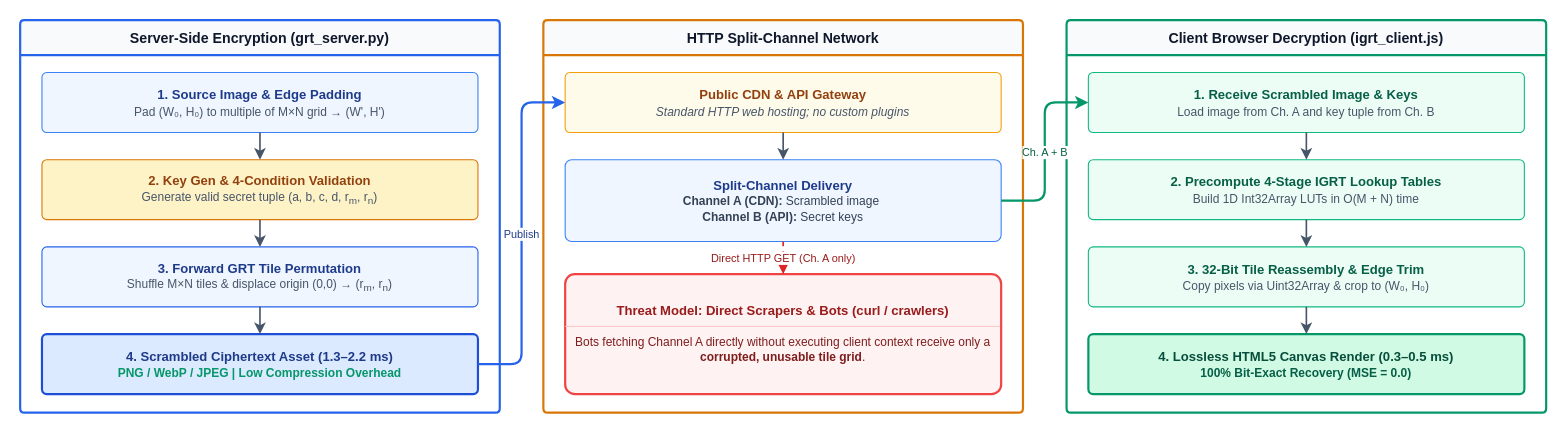
This is docs/diagrams/system_architecture/system_architecture_compacted.drawio from Conca979/cryptography, a draw.io file, before an edit. Source tidied: cells renumbered, new cells numbered last; positions are measured from the earlier drawing's top-left corner, leaving out a move shared by most shapes. Both pictures are drawn from the tidied source at 109%, with x=0, y=0 at pixel (20, 20).
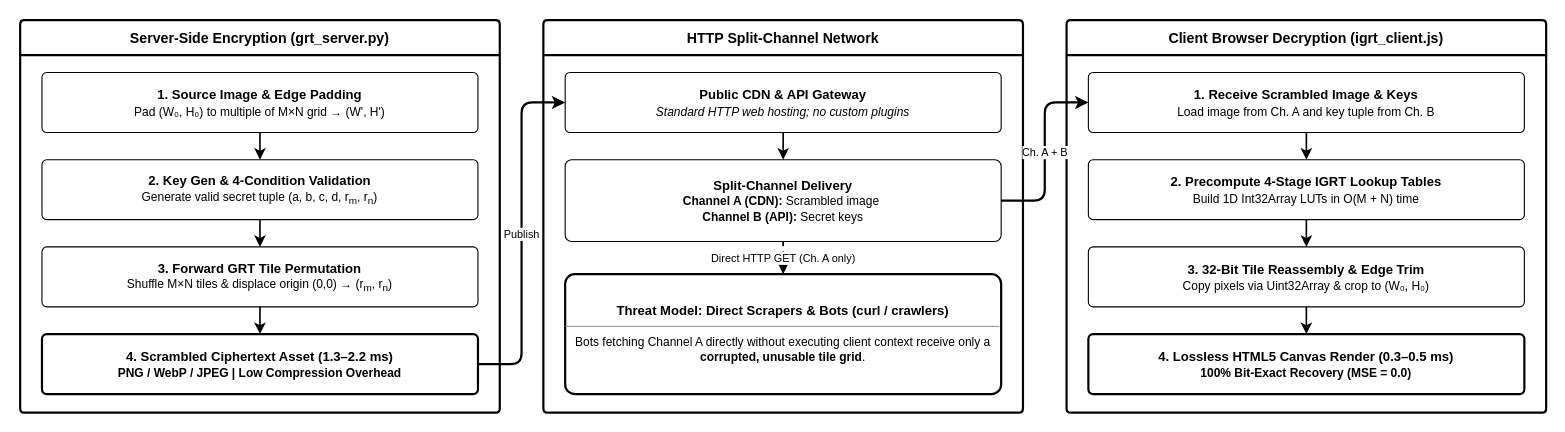
The same diagram, later.

Commit message (it also covers changes not shown here):
docs: update architecture and IGRT diagrams, drop raw XML exports

The edit, as a diff of the source:
```diff
@@
-    <mxCell id="2" value="&lt;b style=&quot;font-size:13px;&quot;&gt;Server-Side Encryption (grt_server.py)&lt;/b&gt;" style="swimlane;startSize=32;horizontal=1;containerType=swimlane;whiteSpace=wrap;html=1;fillColor=#F8FAFC;strokeColor=#2563EB;strokeWidth=2;fontColor=#0F172A;fontStyle=1;rounded=1;arcSize=4;" parent="1" vertex="1">
+    <mxCell id="2" value="&lt;b style=&quot;font-size:13px;&quot;&gt;Server-Side Encryption (grt_server.py)&lt;/b&gt;" style="swimlane;startSize=32;horizontal=1;containerType=swimlane;whiteSpace=wrap;html=1;strokeWidth=2;fontStyle=1;rounded=1;arcSize=4;" parent="1" vertex="1">
       <mxGeometry width="440" height="360" as="geometry" />
     </mxCell>
-    <mxCell id="3" value="&lt;b style=&quot;font-size:12px;&quot;&gt;1. Source Image &amp;amp; Edge Padding&lt;/b&gt;&lt;br&gt;&lt;span style=&quot;font-size:11px;color:#475569;&quot;&gt;Pad (W₀, H₀) to multiple of M×N grid → (W&amp;#39;, H&amp;#39;)&lt;/span&gt;" style="rounded=1;whiteSpace=wrap;html=1;fillColor=#EFF6FF;strokeColor=#3B82F6;fontColor=#1E3A8A;arcSize=8;align=center;" parent="2" vertex="1">
+    <mxCell id="3" value="&lt;b style=&quot;font-size:12px;&quot;&gt;1. Source Image &amp;amp; Edge Padding&lt;/b&gt;&lt;br&gt;&lt;span style=&quot;font-size:11px;&quot;&gt;Pad (W₀, H₀) to multiple of M×N grid → (W&amp;#39;, H&amp;#39;)&lt;/span&gt;" style="rounded=1;whiteSpace=wrap;html=1;arcSize=8;align=center;" parent="2" vertex="1">
       <mxGeometry x="20" y="48" width="400" height="55" as="geometry" />
     </mxCell>
-    <mxCell id="4" value="&lt;b style=&quot;font-size:12px;&quot;&gt;2. Key Gen &amp;amp; 4-Condition Validation&lt;/b&gt;&lt;br&gt;&lt;span style=&quot;font-size:11px;color:#475569;&quot;&gt;Generate valid secret tuple (a, b, c, d, r&lt;sub&gt;m&lt;/sub&gt;, r&lt;sub&gt;n&lt;/sub&gt;)&lt;/span&gt;" style="rounded=1;whiteSpace=wrap;html=1;fillColor=#FEF3C7;strokeColor=#D97706;fontColor=#92400E;arcSize=8;align=center;" parent="2" vertex="1">
+    <mxCell id="4" value="&lt;b style=&quot;font-size:12px;&quot;&gt;2. Key Gen &amp;amp; 4-Condition Validation&lt;/b&gt;&lt;br&gt;&lt;span style=&quot;font-size:11px;&quot;&gt;Generate valid secret tuple (a, b, c, d, r&lt;sub&gt;m&lt;/sub&gt;, r&lt;sub&gt;n&lt;/sub&gt;)&lt;/span&gt;" style="rounded=1;whiteSpace=wrap;html=1;arcSize=8;align=center;" parent="2" vertex="1">
       <mxGeometry x="20" y="128" width="400" height="55" as="geometry" />
     </mxCell>
-    <mxCell id="5" value="&lt;b style=&quot;font-size:12px;&quot;&gt;3. Forward GRT Tile Permutation&lt;/b&gt;&lt;br&gt;&lt;span style=&quot;font-size:11px;color:#475569;&quot;&gt;Shuffle M×N tiles &amp;amp; displace origin (0,0) → (r&lt;sub&gt;m&lt;/sub&gt;, r&lt;sub&gt;n&lt;/sub&gt;)&lt;/span&gt;" style="rounded=1;whiteSpace=wrap;html=1;fillColor=#EFF6FF;strokeColor=#2563EB;fontColor=#1E3A8A;arcSize=8;align=center;" parent="2" vertex="1">
+    <mxCell id="5" value="&lt;b style=&quot;font-size:12px;&quot;&gt;3. Forward GRT Tile Permutation&lt;/b&gt;&lt;br&gt;&lt;span style=&quot;font-size:11px;&quot;&gt;Shuffle M×N tiles &amp;amp; displace origin (0,0) → (r&lt;sub&gt;m&lt;/sub&gt;, r&lt;sub&gt;n&lt;/sub&gt;)&lt;/span&gt;" style="rounded=1;whiteSpace=wrap;html=1;arcSize=8;align=center;" parent="2" vertex="1">
       <mxGeometry x="20" y="208" width="400" height="55" as="geometry" />
     </mxCell>
-    <mxCell id="6" value="&lt;b style=&quot;font-size:12px;&quot;&gt;4. Scrambled Ciphertext Asset (1.3–2.2 ms)&lt;/b&gt;&lt;br&gt;&lt;span style=&quot;font-size:11px;color:#059669;&quot;&gt;&lt;b&gt;PNG / WebP / JPEG | Low Compression Overhead&lt;/b&gt;&lt;/span&gt;" style="rounded=1;whiteSpace=wrap;html=1;fillColor=#DBEAFE;strokeColor=#1D4ED8;strokeWidth=2;fontColor=#1E3A8A;arcSize=8;align=center;" parent="2" vertex="1">
+    <mxCell id="6" value="&lt;b style=&quot;font-size:12px;&quot;&gt;4. Scrambled Ciphertext Asset (1.3–2.2 ms)&lt;/b&gt;&lt;br&gt;&lt;span style=&quot;font-size:11px;&quot;&gt;&lt;b&gt;PNG / WebP / JPEG | Low Compression Overhead&lt;/b&gt;&lt;/span&gt;" style="rounded=1;whiteSpace=wrap;html=1;strokeWidth=2;arcSize=8;align=center;" parent="2" vertex="1">
       <mxGeometry x="20" y="288" width="400" height="55" as="geometry" />
     </mxCell>
-    <mxCell id="7" style="edgeStyle=orthogonalEdgeStyle;rounded=1;html=1;strokeColor=#475569;strokeWidth=1.5;" parent="2" edge="1" source="3" target="4">
+    <mxCell id="7" style="edgeStyle=orthogonalEdgeStyle;rounded=1;html=1;strokeWidth=1.5;" parent="2" edge="1" source="3" target="4">
       <mxGeometry relative="1" as="geometry" />
     </mxCell>
-    <mxCell id="8" style="edgeStyle=orthogonalEdgeStyle;rounded=1;html=1;strokeColor=#475569;strokeWidth=1.5;" parent="2" edge="1" source="4" target="5">
+    <mxCell id="8" style="edgeStyle=orthogonalEdgeStyle;rounded=1;html=1;strokeWidth=1.5;" parent="2" edge="1" source="4" target="5">
       <mxGeometry relative="1" as="geometry" />
     </mxCell>
-    <mxCell id="9" style="edgeStyle=orthogonalEdgeStyle;rounded=1;html=1;strokeColor=#475569;strokeWidth=1.5;" parent="2" edge="1" source="5" target="6">
+    <mxCell id="9" style="edgeStyle=orthogonalEdgeStyle;rounded=1;html=1;strokeWidth=1.5;" parent="2" edge="1" source="5" target="6">
       <mxGeometry relative="1" as="geometry" />
     </mxCell>
-    <mxCell id="10" value="&lt;b style=&quot;font-size:13px;&quot;&gt;HTTP Split-Channel Network&lt;/b&gt;" style="swimlane;startSize=32;horizontal=1;containerType=swimlane;whiteSpace=wrap;html=1;fillColor=#F8FAFC;strokeColor=#D97706;strokeWidth=2;fontColor=#0F172A;fontStyle=1;rounded=1;arcSize=4;" parent="1" vertex="1">
+    <mxCell id="10" value="&lt;b style=&quot;font-size:13px;&quot;&gt;HTTP Split-Channel Network&lt;/b&gt;" style="swimlane;startSize=32;horizontal=1;containerType=swimlane;whiteSpace=wrap;html=1;strokeWidth=2;fontStyle=1;rounded=1;arcSize=4;" parent="1" vertex="1">
       <mxGeometry x="480" width="440" height="360" as="geometry" />
     </mxCell>
-    <mxCell id="11" value="&lt;b style=&quot;font-size:12px;&quot;&gt;Public CDN &amp;amp; API Gateway&lt;/b&gt;&lt;br&gt;&lt;span style=&quot;font-size:11px;color:#475569;&quot;&gt;&lt;i&gt;Standard HTTP web hosting; no custom plugins&lt;/i&gt;&lt;/span&gt;" style="rounded=1;whiteSpace=wrap;html=1;fillColor=#FFFBEB;strokeColor=#F59E0B;fontColor=#92400E;arcSize=8;align=center;" parent="10" vertex="1">
+    <mxCell id="11" value="&lt;b style=&quot;font-size:12px;&quot;&gt;Public CDN &amp;amp; API Gateway&lt;/b&gt;&lt;br&gt;&lt;span style=&quot;font-size:11px;&quot;&gt;&lt;i&gt;Standard HTTP web hosting; no custom plugins&lt;/i&gt;&lt;/span&gt;" style="rounded=1;whiteSpace=wrap;html=1;arcSize=8;align=center;" parent="10" vertex="1">
       <mxGeometry x="20" y="48" width="400" height="55" as="geometry" />
     </mxCell>
-    <mxCell id="12" value="&lt;b style=&quot;font-size:12px;&quot;&gt;Split-Channel Delivery&lt;/b&gt;&lt;br&gt;&lt;span style=&quot;font-size: 11px; color: rgb(51, 65, 85);&quot;&gt;&lt;b&gt;Channel A (CDN):&lt;/b&gt; Scrambled image&amp;nbsp;&lt;/span&gt;&lt;div&gt;&lt;span style=&quot;font-size: 11px; color: rgb(51, 65, 85);&quot;&gt;&lt;b&gt;Channel&amp;nbsp;B (API):&lt;/b&gt; Secret keys&lt;/span&gt;&lt;/div&gt;" style="rounded=1;whiteSpace=wrap;html=1;fillColor=#EFF6FF;strokeColor=#3B82F6;fontColor=#1E3A8A;arcSize=8;align=center;" parent="10" vertex="1">
+    <mxCell id="12" value="&lt;b style=&quot;font-size:12px;&quot;&gt;Split-Channel Delivery&lt;/b&gt;&lt;br&gt;&lt;span style=&quot;font-size: 11px;&quot;&gt;&lt;b&gt;Channel A (CDN):&lt;/b&gt; Scrambled image&amp;nbsp;&lt;/span&gt;&lt;div&gt;&lt;span style=&quot;font-size: 11px;&quot;&gt;&lt;b&gt;Channel&amp;nbsp;B (API):&lt;/b&gt; Secret keys&lt;/span&gt;&lt;/div&gt;" style="rounded=1;whiteSpace=wrap;html=1;arcSize=8;align=center;" parent="10" vertex="1">
       <mxGeometry x="20" y="128" width="400" height="75" as="geometry" />
     </mxCell>
-    <mxCell id="13" value="&lt;b style=&quot;font-size:12px;color:#991B1B;&quot;&gt;Threat Model: Direct Scrapers &amp;amp; Bots (curl / crawlers)&lt;/b&gt;&lt;hr size=&quot;1&quot; color=&quot;#FECACA&quot;&gt;&lt;span style=&quot;font-size:11px;color:#7F1D1D;&quot;&gt;Bots fetching Channel A directly without executing client context receive only a &lt;b&gt;corrupted, unusable tile grid&lt;/b&gt;.&lt;/span&gt;" style="rounded=1;whiteSpace=wrap;html=1;fillColor=#FEF2F2;strokeColor=#EF4444;strokeWidth=2;strokeDashed=1;fontColor=#991B1B;arcSize=8;align=center;" parent="10" vertex="1">
+    <mxCell id="13" value="&lt;b style=&quot;font-size:12px;&quot;&gt;Threat Model: Direct Scrapers &amp;amp; Bots (curl / crawlers)&lt;/b&gt;&lt;hr size=&quot;1&quot;&gt;&lt;span style=&quot;font-size:11px;&quot;&gt;Bots fetching Channel A directly without executing client context receive only a &lt;b&gt;corrupted, unusable tile grid&lt;/b&gt;.&lt;/span&gt;" style="rounded=1;whiteSpace=wrap;html=1;strokeWidth=2;strokeDashed=1;arcSize=8;align=center;" parent="10" vertex="1">
       <mxGeometry x="20" y="233" width="400" height="110" as="geometry" />
     </mxCell>
-    <mxCell id="14" style="edgeStyle=orthogonalEdgeStyle;rounded=1;html=1;strokeColor=#475569;strokeWidth=1.5;" parent="10" edge="1" source="11" target="12">
+    <mxCell id="14" style="edgeStyle=orthogonalEdgeStyle;rounded=1;html=1;strokeWidth=1.5;" parent="10" edge="1" source="11" target="12">
       <mxGeometry relative="1" as="geometry" />
     </mxCell>
-    <mxCell id="15" value="Direct HTTP GET (Ch. A only)" style="edgeStyle=orthogonalEdgeStyle;rounded=1;html=1;strokeColor=#DC2626;strokeWidth=1.5;dashed=1;fontSize=10;fontColor=#991B1B;labelBackgroundColor=#FFFFFF;" parent="10" edge="1" source="12" target="13">
+    <mxCell id="15" value="Direct HTTP GET (Ch. A only)" style="edgeStyle=orthogonalEdgeStyle;rounded=1;html=1;strokeWidth=1.5;dashed=1;fontSize=10;" parent="10" edge="1" source="12" target="13">
       <mxGeometry relative="1" as="geometry" />
     </mxCell>
-    <mxCell id="16" value="&lt;b style=&quot;font-size:13px;&quot;&gt;Client Browser Decryption (igrt_client.js)&lt;/b&gt;" style="swimlane;startSize=32;horizontal=1;containerType=swimlane;whiteSpace=wrap;html=1;fillColor=#F8FAFC;strokeColor=#059669;strokeWidth=2;fontColor=#0F172A;fontStyle=1;rounded=1;arcSize=4;" parent="1" vertex="1">
+    <mxCell id="16" value="&lt;b style=&quot;font-size:13px;&quot;&gt;Client Browser Decryption (igrt_client.js)&lt;/b&gt;" style="swimlane;startSize=32;horizontal=1;containerType=swimlane;whiteSpace=wrap;html=1;strokeWidth=2;fontStyle=1;rounded=1;arcSize=4;" parent="1" vertex="1">
       <mxGeometry x="960" width="440" height="360" as="geometry" />
     </mxCell>
-    <mxCell id="17" value="&lt;b style=&quot;font-size:12px;&quot;&gt;1. Receive Scrambled Image &amp;amp; Keys&lt;/b&gt;&lt;br&gt;&lt;span style=&quot;font-size:11px;color:#475569;&quot;&gt;Load image from Ch. A and key tuple from Ch. B&lt;/span&gt;" style="rounded=1;whiteSpace=wrap;html=1;fillColor=#ECFDF5;strokeColor=#10B981;fontColor=#065F46;arcSize=8;align=center;" parent="16" vertex="1">
+    <mxCell id="17" value="&lt;b style=&quot;font-size:12px;&quot;&gt;1. Receive Scrambled Image &amp;amp; Keys&lt;/b&gt;&lt;br&gt;&lt;span style=&quot;font-size:11px;&quot;&gt;Load image from Ch. A and key tuple from Ch. B&lt;/span&gt;" style="rounded=1;whiteSpace=wrap;html=1;arcSize=8;align=center;" parent="16" vertex="1">
       <mxGeometry x="20" y="48" width="400" height="55" as="geometry" />
     </mxCell>
-    <mxCell id="18" value="&lt;b style=&quot;font-size:12px;&quot;&gt;2. Precompute 4-Stage IGRT Lookup Tables&lt;/b&gt;&lt;br&gt;&lt;span style=&quot;font-size:11px;color:#475569;&quot;&gt;Build 1D Int32Array LUTs in O(M + N) time&lt;/span&gt;" style="rounded=1;whiteSpace=wrap;html=1;fillColor=#ECFDF5;strokeColor=#10B981;fontColor=#065F46;arcSize=8;align=center;" parent="16" vertex="1">
+    <mxCell id="18" value="&lt;b style=&quot;font-size:12px;&quot;&gt;2. Precompute 4-Stage IGRT Lookup Tables&lt;/b&gt;&lt;br&gt;&lt;span style=&quot;font-size:11px;&quot;&gt;Build 1D Int32Array LUTs in O(M + N) time&lt;/span&gt;" style="rounded=1;whiteSpace=wrap;html=1;arcSize=8;align=center;" parent="16" vertex="1">
       <mxGeometry x="20" y="128" width="400" height="55" as="geometry" />
     </mxCell>
-    <mxCell id="19" value="&lt;b style=&quot;font-size:12px;&quot;&gt;3. 32-Bit Tile Reassembly &amp;amp; Edge Trim&lt;/b&gt;&lt;br&gt;&lt;span style=&quot;font-size:11px;color:#475569;&quot;&gt;Copy pixels via Uint32Array &amp;amp; crop to (W₀, H₀)&lt;/span&gt;" style="rounded=1;whiteSpace=wrap;html=1;fillColor=#ECFDF5;strokeColor=#10B981;fontColor=#065F46;arcSize=8;align=center;" parent="16" vertex="1">
+    <mxCell id="19" value="&lt;b style=&quot;font-size:12px;&quot;&gt;3. 32-Bit Tile Reassembly &amp;amp; Edge Trim&lt;/b&gt;&lt;br&gt;&lt;span style=&quot;font-size:11px;&quot;&gt;Copy pixels via Uint32Array &amp;amp; crop to (W₀, H₀)&lt;/span&gt;" style="rounded=1;whiteSpace=wrap;html=1;arcSize=8;align=center;" parent="16" vertex="1">
       <mxGeometry x="20" y="208" width="400" height="55" as="geometry" />
     </mxCell>
-    <mxCell id="20" value="&lt;b style=&quot;font-size:12px;&quot;&gt;4. Lossless HTML5 Canvas Render (0.3–0.5 ms)&lt;/b&gt;&lt;br&gt;&lt;span style=&quot;font-size:11px;color:#065F46;&quot;&gt;&lt;b&gt;100% Bit-Exact Recovery (MSE = 0.0)&lt;/b&gt;&lt;/span&gt;" style="rounded=1;whiteSpace=wrap;html=1;fillColor=#D1FAE5;strokeColor=#059669;strokeWidth=2;fontColor=#064E3B;arcSize=8;align=center;" parent="16" vertex="1">
+    <mxCell id="20" value="&lt;b style=&quot;font-size:12px;&quot;&gt;4. Lossless HTML5 Canvas Render (0.3–0.5 ms)&lt;/b&gt;&lt;br&gt;&lt;span style=&quot;font-size:11px;&quot;&gt;&lt;b&gt;100% Bit-Exact Recovery (MSE = 0.0)&lt;/b&gt;&lt;/span&gt;" style="rounded=1;whiteSpace=wrap;html=1;strokeWidth=2;arcSize=8;align=center;" parent="16" vertex="1">
       <mxGeometry x="20" y="288" width="400" height="55" as="geometry" />
     </mxCell>
-    <mxCell id="21" style="edgeStyle=orthogonalEdgeStyle;rounded=1;html=1;strokeColor=#475569;strokeWidth=1.5;" parent="16" edge="1" source="17" target="18">
+    <mxCell id="21" style="edgeStyle=orthogonalEdgeStyle;rounded=1;html=1;strokeWidth=1.5;" parent="16" edge="1" source="17" target="18">
       <mxGeometry relative="1" as="geometry" />
     </mxCell>
-    <mxCell id="22" style="edgeStyle=orthogonalEdgeStyle;rounded=1;html=1;strokeColor=#475569;strokeWidth=1.5;" parent="16" edge="1" source="18" target="19">
+    <mxCell id="22" style="edgeStyle=orthogonalEdgeStyle;rounded=1;html=1;strokeWidth=1.5;" parent="16" edge="1" source="18" target="19">
       <mxGeometry relative="1" as="geometry" />
     </mxCell>
-    <mxCell id="23" style="edgeStyle=orthogonalEdgeStyle;rounded=1;html=1;strokeColor=#475569;strokeWidth=1.5;" parent="16" edge="1" source="19" target="20">
+    <mxCell id="23" style="edgeStyle=orthogonalEdgeStyle;rounded=1;html=1;strokeWidth=1.5;" parent="16" edge="1" source="19" target="20">
       <mxGeometry relative="1" as="geometry" />
     </mxCell>
-    <mxCell id="24" value="Publish" style="edgeStyle=orthogonalEdgeStyle;rounded=1;jettySize=auto;html=1;strokeColor=#2563EB;strokeWidth=2;fontSize=10;fontColor=#1E3A8A;labelBackgroundColor=#FFFFFF;exitX=1;exitY=0.5;entryX=0;entryY=0.5;" parent="1" edge="1" source="6" target="11">
+    <mxCell id="24" value="Publish" style="edgeStyle=orthogonalEdgeStyle;rounded=1;jettySize=auto;html=1;strokeWidth=2;fontSize=10;exitX=1;exitY=0.5;entryX=0;entryY=0.5;" parent="1" edge="1" source="6" target="11">
       <mxGeometry relative="1" as="geometry">
         <Array as="points">
           <mxPoint x="460" y="315" />
           <mxPoint x="460" y="75" />
         </Array>
       </mxGeometry>
     </mxCell>
-    <mxCell id="25" value="Ch. A + B" style="edgeStyle=orthogonalEdgeStyle;rounded=1;jettySize=auto;html=1;strokeColor=#059669;strokeWidth=2;fontSize=10;fontColor=#065F46;labelBackgroundColor=#FFFFFF;exitX=1;exitY=0.5;entryX=0;entryY=0.5;" parent="1" edge="1" source="12" target="17">
+    <mxCell id="25" value="Ch. A + B" style="edgeStyle=orthogonalEdgeStyle;rounded=1;jettySize=auto;html=1;strokeWidth=2;fontSize=10;exitX=1;exitY=0.5;entryX=0;entryY=0.5;" parent="1" edge="1" source="12" target="17">
       <mxGeometry relative="1" as="geometry">
         <Array as="points">
           <mxPoint x="940" y="165" />
           <mxPoint x="940" y="75" />
         </Array>
       </mxGeometry>
     </mxCell>
```
